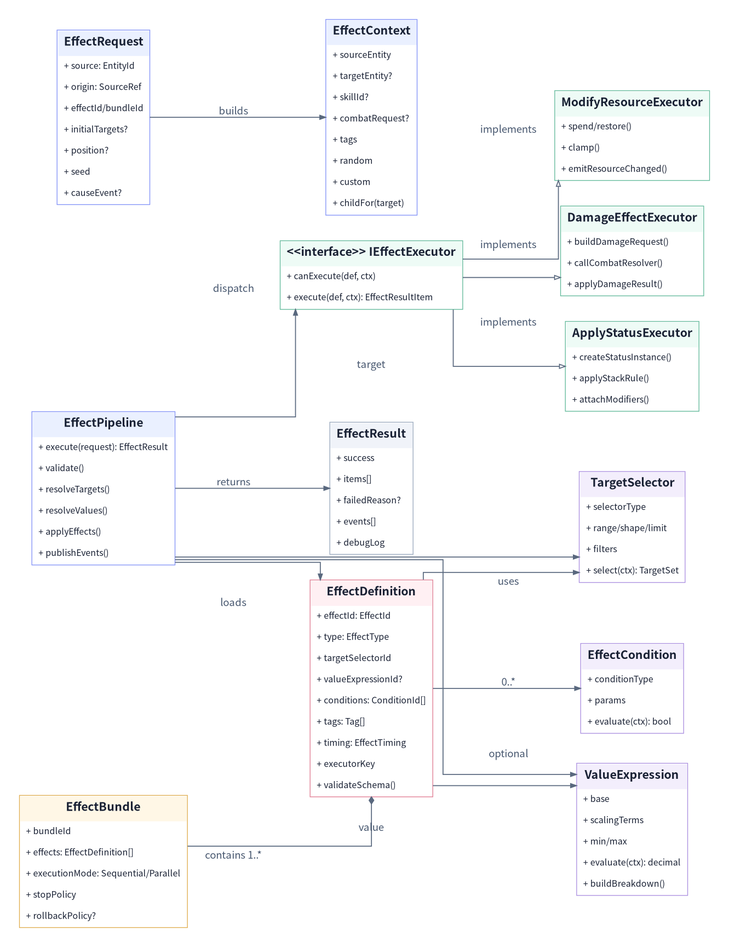
Earlier version of the Graphviz export assets/diagrams/10_effect_core_class_diagram.png (JY-LemongO/game-system-framework-knowledge-site). Its source is kept beside it as source/diagrams/10_effect_core_class_diagram.dot.
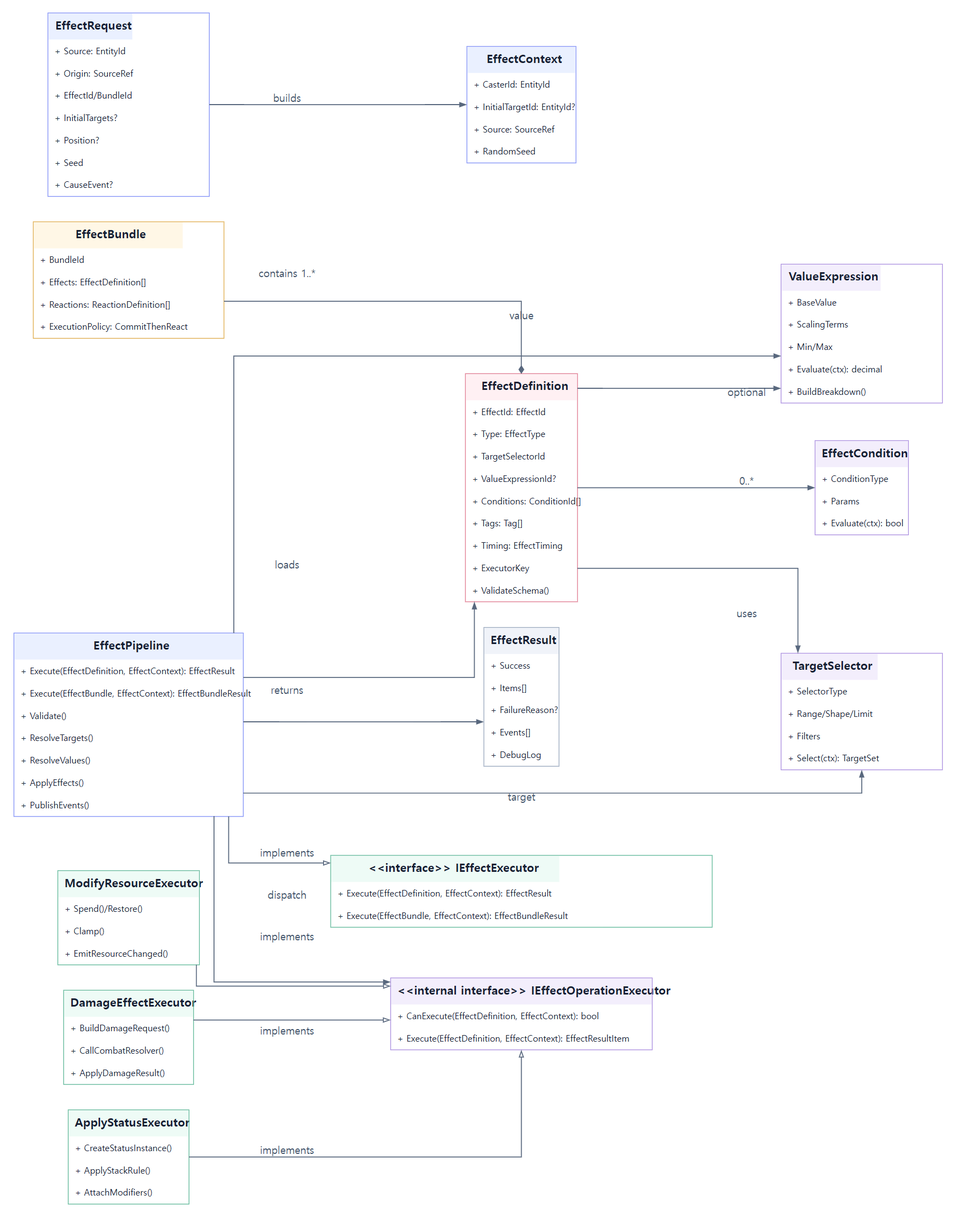
The same file after the commit.

Change to the diagram source:
```diff
@@ -9,55 +9,59 @@
   EffectDefinition [shape=plain, label=<
 <TABLE BORDER="1" CELLBORDER="0" CELLPADDING="8" CELLSPACING="0" COLOR="#e07b91">
 <TR><TD BGCOLOR="#fff0f3"><B><FONT POINT-SIZE="16">EffectDefinition</FONT></B></TD></TR>
-<TR><TD ALIGN="LEFT" BALIGN="LEFT"><FONT POINT-SIZE="12">+ effectId: EffectId</FONT></TD></TR><TR><TD ALIGN="LEFT" BALIGN="LEFT"><FONT POINT-SIZE="12">+ type: EffectType</FONT></TD></TR><TR><TD ALIGN="LEFT" BALIGN="LEFT"><FONT POINT-SIZE="12">+ targetSelectorId</FONT></TD></TR><TR><TD ALIGN="LEFT" BALIGN="LEFT"><FONT POINT-SIZE="12">+ valueExpressionId?</FONT></TD></TR><TR><TD ALIGN="LEFT" BALIGN="LEFT"><FONT POINT-SIZE="12">+ conditions: ConditionId[]</FONT></TD></TR><TR><TD ALIGN="LEFT" BALIGN="LEFT"><FONT POINT-SIZE="12">+ tags: Tag[]</FONT></TD></TR><TR><TD ALIGN="LEFT" BALIGN="LEFT"><FONT POINT-SIZE="12">+ timing: EffectTiming</FONT></TD></TR><TR><TD ALIGN="LEFT" BALIGN="LEFT"><FONT POINT-SIZE="12">+ executorKey</FONT></TD></TR><TR><TD ALIGN="LEFT" BALIGN="LEFT"><FONT POINT-SIZE="12">+ validateSchema()</FONT></TD></TR>
+<TR><TD ALIGN="LEFT" BALIGN="LEFT"><FONT POINT-SIZE="12">+ EffectId: EffectId</FONT></TD></TR><TR><TD ALIGN="LEFT" BALIGN="LEFT"><FONT POINT-SIZE="12">+ Type: EffectType</FONT></TD></TR><TR><TD ALIGN="LEFT" BALIGN="LEFT"><FONT POINT-SIZE="12">+ TargetSelectorId</FONT></TD></TR><TR><TD ALIGN="LEFT" BALIGN="LEFT"><FONT POINT-SIZE="12">+ ValueExpressionId?</FONT></TD></TR><TR><TD ALIGN="LEFT" BALIGN="LEFT"><FONT POINT-SIZE="12">+ Conditions: ConditionId[]</FONT></TD></TR><TR><TD ALIGN="LEFT" BALIGN="LEFT"><FONT POINT-SIZE="12">+ Tags: Tag[]</FONT></TD></TR><TR><TD ALIGN="LEFT" BALIGN="LEFT"><FONT POINT-SIZE="12">+ Timing: EffectTiming</FONT></TD></TR><TR><TD ALIGN="LEFT" BALIGN="LEFT"><FONT POINT-SIZE="12">+ ExecutorKey</FONT></TD></TR><TR><TD ALIGN="LEFT" BALIGN="LEFT"><FONT POINT-SIZE="12">+ ValidateSchema()</FONT></TD></TR>
 </TABLE>>];EffectBundle [shape=plain, label=<
-<TABLE BORDER="1" CELLBORDER="0" CELLPADDING="8" CELLSPACING="0" COLOR="#e0ad4e">
+<TABLE BORDER="1" CELLBORDER="0" CELLPADDING="8" CELLSPACING="0" COLOR="#e0ad4e" WIDTH="260">
 <TR><TD BGCOLOR="#fff7e6"><B><FONT POINT-SIZE="16">EffectBundle</FONT></B></TD></TR>
-<TR><TD ALIGN="LEFT" BALIGN="LEFT"><FONT POINT-SIZE="12">+ bundleId</FONT></TD></TR><TR><TD ALIGN="LEFT" BALIGN="LEFT"><FONT POINT-SIZE="12">+ effects: EffectDefinition[]</FONT></TD></TR><TR><TD ALIGN="LEFT" BALIGN="LEFT"><FONT POINT-SIZE="12">+ executionMode: Sequential/Parallel</FONT></TD></TR><TR><TD ALIGN="LEFT" BALIGN="LEFT"><FONT POINT-SIZE="12">+ stopPolicy</FONT></TD></TR><TR><TD ALIGN="LEFT" BALIGN="LEFT"><FONT POINT-SIZE="12">+ rollbackPolicy?</FONT></TD></TR>
+<TR><TD ALIGN="LEFT" BALIGN="LEFT"><FONT POINT-SIZE="12">+ BundleId</FONT></TD></TR><TR><TD ALIGN="LEFT" BALIGN="LEFT"><FONT POINT-SIZE="12">+ Effects: EffectDefinition[]</FONT></TD></TR><TR><TD ALIGN="LEFT" BALIGN="LEFT"><FONT POINT-SIZE="12">+ Reactions: ReactionDefinition[]</FONT></TD></TR><TR><TD ALIGN="LEFT" BALIGN="LEFT"><FONT POINT-SIZE="12">+ ExecutionPolicy: CommitThenReact</FONT></TD></TR>
 </TABLE>>];EffectRequest [shape=plain, label=<
-<TABLE BORDER="1" CELLBORDER="0" CELLPADDING="8" CELLSPACING="0" COLOR="#8292f7">
+<TABLE BORDER="1" CELLBORDER="0" CELLPADDING="8" CELLSPACING="0" COLOR="#8292f7" WIDTH="220">
 <TR><TD BGCOLOR="#eaf0ff"><B><FONT POINT-SIZE="16">EffectRequest</FONT></B></TD></TR>
-<TR><TD ALIGN="LEFT" BALIGN="LEFT"><FONT POINT-SIZE="12">+ source: EntityId</FONT></TD></TR><TR><TD ALIGN="LEFT" BALIGN="LEFT"><FONT POINT-SIZE="12">+ origin: SourceRef</FONT></TD></TR><TR><TD ALIGN="LEFT" BALIGN="LEFT"><FONT POINT-SIZE="12">+ effectId/bundleId</FONT></TD></TR><TR><TD ALIGN="LEFT" BALIGN="LEFT"><FONT POINT-SIZE="12">+ initialTargets?</FONT></TD></TR><TR><TD ALIGN="LEFT" BALIGN="LEFT"><FONT POINT-SIZE="12">+ position?</FONT></TD></TR><TR><TD ALIGN="LEFT" BALIGN="LEFT"><FONT POINT-SIZE="12">+ seed</FONT></TD></TR><TR><TD ALIGN="LEFT" BALIGN="LEFT"><FONT POINT-SIZE="12">+ causeEvent?</FONT></TD></TR>
+<TR><TD ALIGN="LEFT" BALIGN="LEFT"><FONT POINT-SIZE="12">+ Source: EntityId</FONT></TD></TR><TR><TD ALIGN="LEFT" BALIGN="LEFT"><FONT POINT-SIZE="12">+ Origin: SourceRef</FONT></TD></TR><TR><TD ALIGN="LEFT" BALIGN="LEFT"><FONT POINT-SIZE="12">+ EffectId/BundleId</FONT></TD></TR><TR><TD ALIGN="LEFT" BALIGN="LEFT"><FONT POINT-SIZE="12">+ InitialTargets?</FONT></TD></TR><TR><TD ALIGN="LEFT" BALIGN="LEFT"><FONT POINT-SIZE="12">+ Position?</FONT></TD></TR><TR><TD ALIGN="LEFT" BALIGN="LEFT"><FONT POINT-SIZE="12">+ Seed</FONT></TD></TR><TR><TD ALIGN="LEFT" BALIGN="LEFT"><FONT POINT-SIZE="12">+ CauseEvent?</FONT></TD></TR>
 </TABLE>>];EffectContext [shape=plain, label=<
 <TABLE BORDER="1" CELLBORDER="0" CELLPADDING="8" CELLSPACING="0" COLOR="#8292f7">
 <TR><TD BGCOLOR="#eaf0ff"><B><FONT POINT-SIZE="16">EffectContext</FONT></B></TD></TR>
-<TR><TD ALIGN="LEFT" BALIGN="LEFT"><FONT POINT-SIZE="12">+ sourceEntity</FONT></TD></TR><TR><TD ALIGN="LEFT" BALIGN="LEFT"><FONT POINT-SIZE="12">+ targetEntity?</FONT></TD></TR><TR><TD ALIGN="LEFT" BALIGN="LEFT"><FONT POINT-SIZE="12">+ skillId?</FONT></TD></TR><TR><TD ALIGN="LEFT" BALIGN="LEFT"><FONT POINT-SIZE="12">+ combatRequest?</FONT></TD></TR><TR><TD ALIGN="LEFT" BALIGN="LEFT"><FONT POINT-SIZE="12">+ tags</FONT></TD></TR><TR><TD ALIGN="LEFT" BALIGN="LEFT"><FONT POINT-SIZE="12">+ random</FONT></TD></TR><TR><TD ALIGN="LEFT" BALIGN="LEFT"><FONT POINT-SIZE="12">+ custom</FONT></TD></TR><TR><TD ALIGN="LEFT" BALIGN="LEFT"><FONT POINT-SIZE="12">+ childFor(target)</FONT></TD></TR>
+<TR><TD ALIGN="LEFT" BALIGN="LEFT"><FONT POINT-SIZE="12">+ CasterId: EntityId</FONT></TD></TR><TR><TD ALIGN="LEFT" BALIGN="LEFT"><FONT POINT-SIZE="12">+ InitialTargetId: EntityId?</FONT></TD></TR><TR><TD ALIGN="LEFT" BALIGN="LEFT"><FONT POINT-SIZE="12">+ Source: SourceRef</FONT></TD></TR><TR><TD ALIGN="LEFT" BALIGN="LEFT"><FONT POINT-SIZE="12">+ RandomSeed</FONT></TD></TR>
 </TABLE>>];EffectPipeline [shape=plain, label=<
 <TABLE BORDER="1" CELLBORDER="0" CELLPADDING="8" CELLSPACING="0" COLOR="#8292f7">
 <TR><TD BGCOLOR="#eaf0ff"><B><FONT POINT-SIZE="16">EffectPipeline</FONT></B></TD></TR>
-<TR><TD ALIGN="LEFT" BALIGN="LEFT"><FONT POINT-SIZE="12">+ execute(request): EffectResult</FONT></TD></TR><TR><TD ALIGN="LEFT" BALIGN="LEFT"><FONT POINT-SIZE="12">+ validate()</FONT></TD></TR><TR><TD ALIGN="LEFT" BALIGN="LEFT"><FONT POINT-SIZE="12">+ resolveTargets()</FONT></TD></TR><TR><TD ALIGN="LEFT" BALIGN="LEFT"><FONT POINT-SIZE="12">+ resolveValues()</FONT></TD></TR><TR><TD ALIGN="LEFT" BALIGN="LEFT"><FONT POINT-SIZE="12">+ applyEffects()</FONT></TD></TR><TR><TD ALIGN="LEFT" BALIGN="LEFT"><FONT POINT-SIZE="12">+ publishEvents()</FONT></TD></TR>
+<TR><TD ALIGN="LEFT" BALIGN="LEFT"><FONT POINT-SIZE="12">+ Execute(EffectDefinition, EffectContext): EffectResult</FONT></TD></TR><TR><TD ALIGN="LEFT" BALIGN="LEFT"><FONT POINT-SIZE="12">+ Execute(EffectBundle, EffectContext): EffectBundleResult</FONT></TD></TR><TR><TD ALIGN="LEFT" BALIGN="LEFT"><FONT POINT-SIZE="12">+ Validate()</FONT></TD></TR><TR><TD ALIGN="LEFT" BALIGN="LEFT"><FONT POINT-SIZE="12">+ ResolveTargets()</FONT></TD></TR><TR><TD ALIGN="LEFT" BALIGN="LEFT"><FONT POINT-SIZE="12">+ ResolveValues()</FONT></TD></TR><TR><TD ALIGN="LEFT" BALIGN="LEFT"><FONT POINT-SIZE="12">+ ApplyEffects()</FONT></TD></TR><TR><TD ALIGN="LEFT" BALIGN="LEFT"><FONT POINT-SIZE="12">+ PublishEvents()</FONT></TD></TR>
 </TABLE>>];IEffectExecutor [shape=plain, label=<
-<TABLE BORDER="1" CELLBORDER="0" CELLPADDING="8" CELLSPACING="0" COLOR="#61b99a">
+<TABLE BORDER="1" CELLBORDER="0" CELLPADDING="8" CELLSPACING="0" COLOR="#61b99a" WIDTH="520">
 <TR><TD BGCOLOR="#eefbf6"><B><FONT POINT-SIZE="16">&lt;&lt;interface&gt;&gt; IEffectExecutor</FONT></B></TD></TR>
-<TR><TD ALIGN="LEFT" BALIGN="LEFT"><FONT POINT-SIZE="12">+ canExecute(def, ctx)</FONT></TD></TR><TR><TD ALIGN="LEFT" BALIGN="LEFT"><FONT POINT-SIZE="12">+ execute(def, ctx): EffectResultItem</FONT></TD></TR>
+<TR><TD ALIGN="LEFT" BALIGN="LEFT"><FONT POINT-SIZE="12">+ Execute(EffectDefinition, EffectContext): EffectResult</FONT></TD></TR><TR><TD ALIGN="LEFT" BALIGN="LEFT"><FONT POINT-SIZE="12">+ Execute(EffectBundle, EffectContext): EffectBundleResult</FONT></TD></TR>
+</TABLE>>];IEffectOperationExecutor [shape=plain, label=<
+<TABLE BORDER="1" CELLBORDER="0" CELLPADDING="8" CELLSPACING="0" COLOR="#ab8fe0" WIDTH="220">
+<TR><TD BGCOLOR="#f3eefc"><B><FONT POINT-SIZE="16">&lt;&lt;internal interface&gt;&gt; IEffectOperationExecutor</FONT></B></TD></TR>
+<TR><TD ALIGN="LEFT" BALIGN="LEFT"><FONT POINT-SIZE="12">+ CanExecute(EffectDefinition, EffectContext): bool</FONT></TD></TR><TR><TD ALIGN="LEFT" BALIGN="LEFT"><FONT POINT-SIZE="12">+ Execute(EffectDefinition, EffectContext): EffectResultItem</FONT></TD></TR>
 </TABLE>>];DamageEffectExecutor [shape=plain, label=<
 <TABLE BORDER="1" CELLBORDER="0" CELLPADDING="8" CELLSPACING="0" COLOR="#61b99a">
 <TR><TD BGCOLOR="#eefbf6"><B><FONT POINT-SIZE="16">DamageEffectExecutor</FONT></B></TD></TR>
-<TR><TD ALIGN="LEFT" BALIGN="LEFT"><FONT POINT-SIZE="12">+ buildDamageRequest()</FONT></TD></TR><TR><TD ALIGN="LEFT" BALIGN="LEFT"><FONT POINT-SIZE="12">+ callCombatResolver()</FONT></TD></TR><TR><TD ALIGN="LEFT" BALIGN="LEFT"><FONT POINT-SIZE="12">+ applyDamageResult()</FONT></TD></TR>
+<TR><TD ALIGN="LEFT" BALIGN="LEFT"><FONT POINT-SIZE="12">+ BuildDamageRequest()</FONT></TD></TR><TR><TD ALIGN="LEFT" BALIGN="LEFT"><FONT POINT-SIZE="12">+ CallCombatResolver()</FONT></TD></TR><TR><TD ALIGN="LEFT" BALIGN="LEFT"><FONT POINT-SIZE="12">+ ApplyDamageResult()</FONT></TD></TR>
 </TABLE>>];ApplyStatusExecutor [shape=plain, label=<
 <TABLE BORDER="1" CELLBORDER="0" CELLPADDING="8" CELLSPACING="0" COLOR="#61b99a">
 <TR><TD BGCOLOR="#eefbf6"><B><FONT POINT-SIZE="16">ApplyStatusExecutor</FONT></B></TD></TR>
-<TR><TD ALIGN="LEFT" BALIGN="LEFT"><FONT POINT-SIZE="12">+ createStatusInstance()</FONT></TD></TR><TR><TD ALIGN="LEFT" BALIGN="LEFT"><FONT POINT-SIZE="12">+ applyStackRule()</FONT></TD></TR><TR><TD ALIGN="LEFT" BALIGN="LEFT"><FONT POINT-SIZE="12">+ attachModifiers()</FONT></TD></TR>
+<TR><TD ALIGN="LEFT" BALIGN="LEFT"><FONT POINT-SIZE="12">+ CreateStatusInstance()</FONT></TD></TR><TR><TD ALIGN="LEFT" BALIGN="LEFT"><FONT POINT-SIZE="12">+ ApplyStackRule()</FONT></TD></TR><TR><TD ALIGN="LEFT" BALIGN="LEFT"><FONT POINT-SIZE="12">+ AttachModifiers()</FONT></TD></TR>
 </TABLE>>];ModifyResourceExecutor [shape=plain, label=<
 <TABLE BORDER="1" CELLBORDER="0" CELLPADDING="8" CELLSPACING="0" COLOR="#61b99a">
 <TR><TD BGCOLOR="#eefbf6"><B><FONT POINT-SIZE="16">ModifyResourceExecutor</FONT></B></TD></TR>
-<TR><TD ALIGN="LEFT" BALIGN="LEFT"><FONT POINT-SIZE="12">+ spend/restore()</FONT></TD></TR><TR><TD ALIGN="LEFT" BALIGN="LEFT"><FONT POINT-SIZE="12">+ clamp()</FONT></TD></TR><TR><TD ALIGN="LEFT" BALIGN="LEFT"><FONT POINT-SIZE="12">+ emitResourceChanged()</FONT></TD></TR>
+<TR><TD ALIGN="LEFT" BALIGN="LEFT"><FONT POINT-SIZE="12">+ Spend()/Restore()</FONT></TD></TR><TR><TD ALIGN="LEFT" BALIGN="LEFT"><FONT POINT-SIZE="12">+ Clamp()</FONT></TD></TR><TR><TD ALIGN="LEFT" BALIGN="LEFT"><FONT POINT-SIZE="12">+ EmitResourceChanged()</FONT></TD></TR>
 </TABLE>>];TargetSelector [shape=plain, label=<
-<TABLE BORDER="1" CELLBORDER="0" CELLPADDING="8" CELLSPACING="0" COLOR="#ab8fe0">
+<TABLE BORDER="1" CELLBORDER="0" CELLPADDING="8" CELLSPACING="0" COLOR="#ab8fe0" WIDTH="220">
 <TR><TD BGCOLOR="#f3eefc"><B><FONT POINT-SIZE="16">TargetSelector</FONT></B></TD></TR>
-<TR><TD ALIGN="LEFT" BALIGN="LEFT"><FONT POINT-SIZE="12">+ selectorType</FONT></TD></TR><TR><TD ALIGN="LEFT" BALIGN="LEFT"><FONT POINT-SIZE="12">+ range/shape/limit</FONT></TD></TR><TR><TD ALIGN="LEFT" BALIGN="LEFT"><FONT POINT-SIZE="12">+ filters</FONT></TD></TR><TR><TD ALIGN="LEFT" BALIGN="LEFT"><FONT POINT-SIZE="12">+ select(ctx): TargetSet</FONT></TD></TR>
+<TR><TD ALIGN="LEFT" BALIGN="LEFT"><FONT POINT-SIZE="12">+ SelectorType</FONT></TD></TR><TR><TD ALIGN="LEFT" BALIGN="LEFT"><FONT POINT-SIZE="12">+ Range/Shape/Limit</FONT></TD></TR><TR><TD ALIGN="LEFT" BALIGN="LEFT"><FONT POINT-SIZE="12">+ Filters</FONT></TD></TR><TR><TD ALIGN="LEFT" BALIGN="LEFT"><FONT POINT-SIZE="12">+ Select(ctx): TargetSet</FONT></TD></TR>
 </TABLE>>];ValueExpression [shape=plain, label=<
-<TABLE BORDER="1" CELLBORDER="0" CELLPADDING="8" CELLSPACING="0" COLOR="#ab8fe0">
+<TABLE BORDER="1" CELLBORDER="0" CELLPADDING="8" CELLSPACING="0" COLOR="#ab8fe0" WIDTH="220">
 <TR><TD BGCOLOR="#f3eefc"><B><FONT POINT-SIZE="16">ValueExpression</FONT></B></TD></TR>
-<TR><TD ALIGN="LEFT" BALIGN="LEFT"><FONT POINT-SIZE="12">+ base</FONT></TD></TR><TR><TD ALIGN="LEFT" BALIGN="LEFT"><FONT POINT-SIZE="12">+ scalingTerms</FONT></TD></TR><TR><TD ALIGN="LEFT" BALIGN="LEFT"><FONT POINT-SIZE="12">+ min/max</FONT></TD></TR><TR><TD ALIGN="LEFT" BALIGN="LEFT"><FONT POINT-SIZE="12">+ evaluate(ctx): decimal</FONT></TD></TR><TR><TD ALIGN="LEFT" BALIGN="LEFT"><FONT POINT-SIZE="12">+ buildBreakdown()</FONT></TD></TR>
+<TR><TD ALIGN="LEFT" BALIGN="LEFT"><FONT POINT-SIZE="12">+ BaseValue</FONT></TD></TR><TR><TD ALIGN="LEFT" BALIGN="LEFT"><FONT POINT-SIZE="12">+ ScalingTerms</FONT></TD></TR><TR><TD ALIGN="LEFT" BALIGN="LEFT"><FONT POINT-SIZE="12">+ Min/Max</FONT></TD></TR><TR><TD ALIGN="LEFT" BALIGN="LEFT"><FONT POINT-SIZE="12">+ Evaluate(ctx): decimal</FONT></TD></TR><TR><TD ALIGN="LEFT" BALIGN="LEFT"><FONT POINT-SIZE="12">+ BuildBreakdown()</FONT></TD></TR>
 </TABLE>>];EffectCondition [shape=plain, label=<
 <TABLE BORDER="1" CELLBORDER="0" CELLPADDING="8" CELLSPACING="0" COLOR="#ab8fe0">
 <TR><TD BGCOLOR="#f3eefc"><B><FONT POINT-SIZE="16">EffectCondition</FONT></B></TD></TR>
-<TR><TD ALIGN="LEFT" BALIGN="LEFT"><FONT POINT-SIZE="12">+ conditionType</FONT></TD></TR><TR><TD ALIGN="LEFT" BALIGN="LEFT"><FONT POINT-SIZE="12">+ params</FONT></TD></TR><TR><TD ALIGN="LEFT" BALIGN="LEFT"><FONT POINT-SIZE="12">+ evaluate(ctx): bool</FONT></TD></TR>
+<TR><TD ALIGN="LEFT" BALIGN="LEFT"><FONT POINT-SIZE="12">+ ConditionType</FONT></TD></TR><TR><TD ALIGN="LEFT" BALIGN="LEFT"><FONT POINT-SIZE="12">+ Params</FONT></TD></TR><TR><TD ALIGN="LEFT" BALIGN="LEFT"><FONT POINT-SIZE="12">+ Evaluate(ctx): bool</FONT></TD></TR>
 </TABLE>>];EffectResult [shape=plain, label=<
 <TABLE BORDER="1" CELLBORDER="0" CELLPADDING="8" CELLSPACING="0" COLOR="#99a8bd">
 <TR><TD BGCOLOR="#f0f3f9"><B><FONT POINT-SIZE="16">EffectResult</FONT></B></TD></TR>
-<TR><TD ALIGN="LEFT" BALIGN="LEFT"><FONT POINT-SIZE="12">+ success</FONT></TD></TR><TR><TD ALIGN="LEFT" BALIGN="LEFT"><FONT POINT-SIZE="12">+ items[]</FONT></TD></TR><TR><TD ALIGN="LEFT" BALIGN="LEFT"><FONT POINT-SIZE="12">+ failedReason?</FONT></TD></TR><TR><TD ALIGN="LEFT" BALIGN="LEFT"><FONT POINT-SIZE="12">+ events[]</FONT></TD></TR><TR><TD ALIGN="LEFT" BALIGN="LEFT"><FONT POINT-SIZE="12">+ debugLog</FONT></TD></TR>
+<TR><TD ALIGN="LEFT" BALIGN="LEFT"><FONT POINT-SIZE="12">+ Success</FONT></TD></TR><TR><TD ALIGN="LEFT" BALIGN="LEFT"><FONT POINT-SIZE="12">+ Items[]</FONT></TD></TR><TR><TD ALIGN="LEFT" BALIGN="LEFT"><FONT POINT-SIZE="12">+ FailureReason?</FONT></TD></TR><TR><TD ALIGN="LEFT" BALIGN="LEFT"><FONT POINT-SIZE="12">+ Events[]</FONT></TD></TR><TR><TD ALIGN="LEFT" BALIGN="LEFT"><FONT POINT-SIZE="12">+ DebugLog</FONT></TD></TR>
 </TABLE>>];
   EffectBundle -> EffectDefinition [label="contains 1..*", arrowhead=diamond];
   EffectDefinition -> TargetSelector [label="uses"];
@@ -67,9 +71,10 @@
   EffectPipeline -> EffectDefinition [label="loads"];
   EffectPipeline -> TargetSelector [label="target"];
   EffectPipeline -> ValueExpression [label="value"];
-  EffectPipeline -> IEffectExecutor [label="dispatch"];
-  IEffectExecutor -> DamageEffectExecutor [label="implements", arrowhead=empty];
-  IEffectExecutor -> ApplyStatusExecutor [label="implements", arrowhead=empty];
-  IEffectExecutor -> ModifyResourceExecutor [label="implements", arrowhead=empty];
+  EffectPipeline -> IEffectExecutor [label="implements", arrowhead=empty];
+  EffectPipeline -> IEffectOperationExecutor [label="dispatch"];
+  DamageEffectExecutor -> IEffectOperationExecutor [label="implements", arrowhead=empty];
+  ApplyStatusExecutor -> IEffectOperationExecutor [label="implements", arrowhead=empty];
+  ModifyResourceExecutor -> IEffectOperationExecutor [label="implements", arrowhead=empty];
   EffectPipeline -> EffectResult [label="returns"];
 }
```
